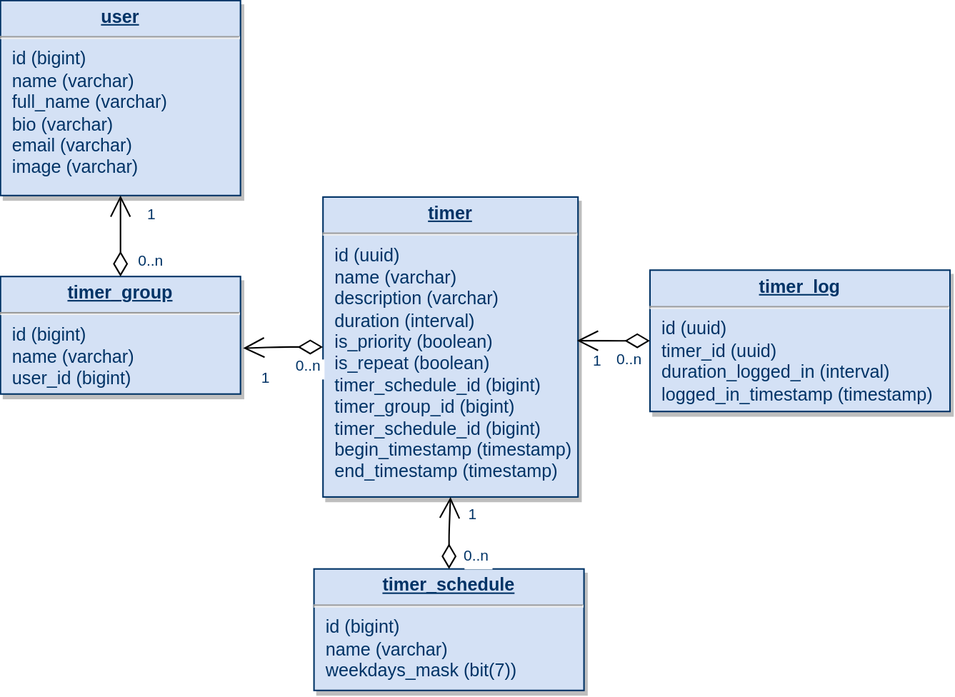
The draw.io diagram Org Files/Release 0.2.0 Database Schema.svg in al-kuznetsov/tick-a-boo-org-files, before a commit. Source tidied: cells renumbered, new cells last; positions are measured from the earlier drawing's top-left corner, leaving out a move shared by most shapes.
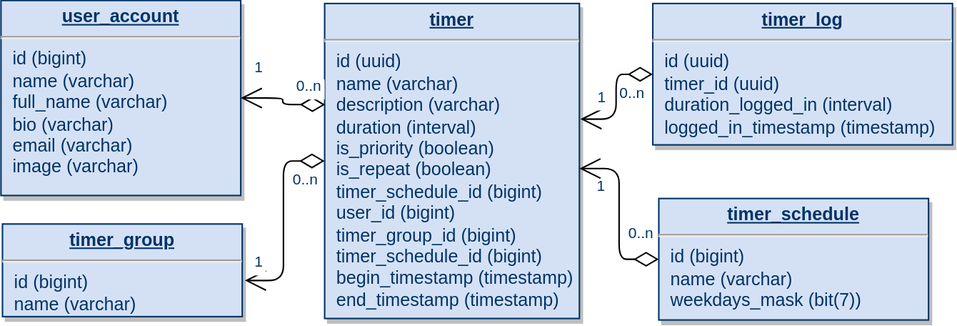
The same file after the commit.

Commit message:
Fix Release 0.2.0 Database Schema

The edit, as a diff of the source:
```diff
@@ -2,27 +2,27 @@
   <root>
     <mxCell id="0" />
     <mxCell id="1" parent="0" />
-    <mxCell id="2" value="&lt;p style=&quot;margin: 0px; margin-top: 4px; text-align: center; text-decoration: underline;&quot;&gt;&lt;strong&gt;timer&lt;/strong&gt;&lt;/p&gt;&lt;hr&gt;&lt;p style=&quot;margin: 0px; margin-left: 8px;&quot;&gt;id (uuid)&lt;/p&gt;&lt;p style=&quot;margin: 0px; margin-left: 8px;&quot;&gt;name (varchar)&lt;/p&gt;&lt;p style=&quot;margin: 0px; margin-left: 8px;&quot;&gt;description (varchar)&lt;/p&gt;&lt;p style=&quot;margin: 0px; margin-left: 8px;&quot;&gt;duration (interval)&lt;/p&gt;&lt;p style=&quot;margin: 0px; margin-left: 8px;&quot;&gt;is_priority (boolean)&lt;/p&gt;&lt;p style=&quot;margin: 0px; margin-left: 8px;&quot;&gt;is_repeat (boolean)&lt;/p&gt;&lt;p style=&quot;margin: 0px; margin-left: 8px;&quot;&gt;timer_schedule_id (bigint)&lt;/p&gt;&lt;p style=&quot;margin: 0px; margin-left: 8px;&quot;&gt;timer_group_id (bigint)&lt;/p&gt;&lt;p style=&quot;margin: 0px; margin-left: 8px;&quot;&gt;timer_schedule_id (bigint)&lt;/p&gt;&lt;p style=&quot;border-color: var(--border-color); margin: 0px 0px 0px 8px;&quot;&gt;begin_timestamp (timestamp)&lt;/p&gt;&lt;p style=&quot;border-color: var(--border-color); margin: 0px 0px 0px 8px;&quot;&gt;end_timestamp (timestamp)&lt;/p&gt;" style="verticalAlign=top;align=left;overflow=fill;fontSize=12;fontFamily=Helvetica;html=1;strokeColor=#003366;shadow=1;fillColor=#D4E1F5;fontColor=#003366;" parent="1" vertex="1">
-      <mxGeometry x="215" y="131" width="170" height="200" as="geometry" />
+    <mxCell id="2" value="&lt;p style=&quot;margin: 0px; margin-top: 4px; text-align: center; text-decoration: underline;&quot;&gt;&lt;strong&gt;timer&lt;/strong&gt;&lt;/p&gt;&lt;hr&gt;&lt;p style=&quot;margin: 0px; margin-left: 8px;&quot;&gt;id (uuid)&lt;/p&gt;&lt;p style=&quot;margin: 0px; margin-left: 8px;&quot;&gt;name (varchar)&lt;/p&gt;&lt;p style=&quot;margin: 0px; margin-left: 8px;&quot;&gt;description (varchar)&lt;/p&gt;&lt;p style=&quot;margin: 0px; margin-left: 8px;&quot;&gt;duration (interval)&lt;/p&gt;&lt;p style=&quot;margin: 0px; margin-left: 8px;&quot;&gt;is_priority (boolean)&lt;/p&gt;&lt;p style=&quot;margin: 0px; margin-left: 8px;&quot;&gt;is_repeat (boolean)&lt;/p&gt;&lt;p style=&quot;margin: 0px; margin-left: 8px;&quot;&gt;timer_schedule_id (bigint)&lt;/p&gt;&lt;p style=&quot;margin: 0px; margin-left: 8px;&quot;&gt;user_id (bigint)&lt;/p&gt;&lt;p style=&quot;margin: 0px; margin-left: 8px;&quot;&gt;timer_group_id (bigint)&lt;/p&gt;&lt;p style=&quot;margin: 0px; margin-left: 8px;&quot;&gt;timer_schedule_id (bigint)&lt;/p&gt;&lt;p style=&quot;border-color: var(--border-color); margin: 0px 0px 0px 8px;&quot;&gt;begin_timestamp (timestamp)&lt;/p&gt;&lt;p style=&quot;border-color: var(--border-color); margin: 0px 0px 0px 8px;&quot;&gt;end_timestamp (timestamp)&lt;/p&gt;" style="verticalAlign=top;align=left;overflow=fill;fontSize=12;fontFamily=Helvetica;html=1;strokeColor=#003366;shadow=1;fillColor=#D4E1F5;fontColor=#003366;" parent="1" vertex="1">
+      <mxGeometry x="215" y="121" width="170" height="210" as="geometry" />
     </mxCell>
-    <mxCell id="3" value="&lt;p style=&quot;margin: 0px; margin-top: 4px; text-align: center; text-decoration: underline;&quot;&gt;&lt;strong&gt;user&lt;/strong&gt;&lt;/p&gt;&lt;hr&gt;&lt;p style=&quot;margin: 0px; margin-left: 8px;&quot;&gt;id (bigint)&lt;/p&gt;&lt;p style=&quot;margin: 0px; margin-left: 8px;&quot;&gt;name (varchar)&lt;/p&gt;&lt;p style=&quot;margin: 0px; margin-left: 8px;&quot;&gt;full_name (varchar)&lt;/p&gt;&lt;p style=&quot;margin: 0px; margin-left: 8px;&quot;&gt;bio (varchar)&lt;/p&gt;&lt;p style=&quot;margin: 0px; margin-left: 8px;&quot;&gt;email (varchar)&lt;/p&gt;&lt;p style=&quot;margin: 0px; margin-left: 8px;&quot;&gt;image (varchar)&lt;/p&gt;" style="verticalAlign=top;align=left;overflow=fill;fontSize=12;fontFamily=Helvetica;html=1;strokeColor=#003366;shadow=1;fillColor=#D4E1F5;fontColor=#003366;" parent="1" vertex="1">
-      <mxGeometry width="160" height="130" as="geometry" />
+    <mxCell id="3" value="&lt;p style=&quot;margin: 0px; margin-top: 4px; text-align: center; text-decoration: underline;&quot;&gt;&lt;strong&gt;user_account&lt;/strong&gt;&lt;/p&gt;&lt;hr&gt;&lt;p style=&quot;margin: 0px; margin-left: 8px;&quot;&gt;id (bigint)&lt;/p&gt;&lt;p style=&quot;margin: 0px; margin-left: 8px;&quot;&gt;name (varchar)&lt;/p&gt;&lt;p style=&quot;margin: 0px; margin-left: 8px;&quot;&gt;full_name (varchar)&lt;/p&gt;&lt;p style=&quot;margin: 0px; margin-left: 8px;&quot;&gt;bio (varchar)&lt;/p&gt;&lt;p style=&quot;margin: 0px; margin-left: 8px;&quot;&gt;email (varchar)&lt;/p&gt;&lt;p style=&quot;margin: 0px; margin-left: 8px;&quot;&gt;image (varchar)&lt;/p&gt;" style="verticalAlign=top;align=left;overflow=fill;fontSize=12;fontFamily=Helvetica;html=1;strokeColor=#003366;shadow=1;fillColor=#D4E1F5;fontColor=#003366;" parent="1" vertex="1">
+      <mxGeometry x="-1" y="119" width="160" height="130" as="geometry" />
     </mxCell>
-    <mxCell id="4" value="&lt;p style=&quot;margin: 0px; margin-top: 4px; text-align: center; text-decoration: underline;&quot;&gt;&lt;b&gt;timer_group&lt;/b&gt;&lt;/p&gt;&lt;hr&gt;&lt;p style=&quot;margin: 0px; margin-left: 8px;&quot;&gt;id (bigint)&lt;/p&gt;&lt;p style=&quot;margin: 0px; margin-left: 8px;&quot;&gt;name (varchar)&lt;/p&gt;&lt;p style=&quot;margin: 0px; margin-left: 8px;&quot;&gt;user_id (bigint)&lt;/p&gt;" style="verticalAlign=top;align=left;overflow=fill;fontSize=12;fontFamily=Helvetica;html=1;strokeColor=#003366;shadow=1;fillColor=#D4E1F5;fontColor=#003366;" parent="1" vertex="1">
-      <mxGeometry y="184" width="160" height="78.4" as="geometry" />
+    <mxCell id="4" value="&lt;p style=&quot;margin: 0px; margin-top: 4px; text-align: center; text-decoration: underline;&quot;&gt;&lt;b&gt;timer_group&lt;/b&gt;&lt;/p&gt;&lt;hr&gt;&lt;p style=&quot;margin: 0px; margin-left: 8px;&quot;&gt;id (bigint)&lt;/p&gt;&lt;p style=&quot;margin: 0px; margin-left: 8px;&quot;&gt;name (varchar)&lt;/p&gt;" style="verticalAlign=top;align=left;overflow=fill;fontSize=12;fontFamily=Helvetica;html=1;strokeColor=#003366;shadow=1;fillColor=#D4E1F5;fontColor=#003366;" parent="1" vertex="1">
+      <mxGeometry y="268" width="160" height="61.8" as="geometry" />
     </mxCell>
     <mxCell id="5" value="&lt;p style=&quot;margin: 0px; margin-top: 4px; text-align: center; text-decoration: underline;&quot;&gt;&lt;strong&gt;timer_schedule&lt;/strong&gt;&lt;/p&gt;&lt;hr&gt;&lt;p style=&quot;margin: 0px; margin-left: 8px;&quot;&gt;id (bigint)&lt;/p&gt;&lt;p style=&quot;margin: 0px; margin-left: 8px;&quot;&gt;name (varchar)&lt;/p&gt;&lt;p style=&quot;margin: 0px; margin-left: 8px;&quot;&gt;weekdays_mask (bit(7))&lt;/p&gt;" style="verticalAlign=top;align=left;overflow=fill;fontSize=12;fontFamily=Helvetica;html=1;strokeColor=#003366;shadow=1;fillColor=#D4E1F5;fontColor=#003366;" parent="1" vertex="1">
-      <mxGeometry x="209" y="379" width="180" height="81" as="geometry" />
+      <mxGeometry x="438" y="251" width="180" height="81" as="geometry" />
     </mxCell>
     <mxCell id="6" value="&lt;p style=&quot;margin: 0px; margin-top: 4px; text-align: center; text-decoration: underline;&quot;&gt;&lt;strong&gt;timer_log&lt;/strong&gt;&lt;/p&gt;&lt;hr&gt;&lt;p style=&quot;margin: 0px; margin-left: 8px;&quot;&gt;id (uuid)&lt;/p&gt;&lt;p style=&quot;margin: 0px; margin-left: 8px;&quot;&gt;timer_id (uuid)&lt;/p&gt;&lt;p style=&quot;margin: 0px; margin-left: 8px;&quot;&gt;duration_logged_in (interval)&lt;/p&gt;&lt;p style=&quot;margin: 0px; margin-left: 8px;&quot;&gt;logged_in_timestamp (timestamp)&lt;/p&gt;" style="verticalAlign=top;align=left;overflow=fill;fontSize=12;fontFamily=Helvetica;html=1;strokeColor=#003366;shadow=1;fillColor=#D4E1F5;fontColor=#003366;" parent="1" vertex="1">
-      <mxGeometry x="433" y="179.8" width="200" height="94.2" as="geometry" />
+      <mxGeometry x="434" y="121" width="200" height="94.2" as="geometry" />
     </mxCell>
-    <mxCell id="7" style="endArrow=open;endSize=12;startArrow=diamondThin;startSize=14;startFill=0;edgeStyle=orthogonalEdgeStyle;" parent="1" edge="1" source="5" target="2">
+    <mxCell id="7" style="endArrow=open;endSize=12;startArrow=diamondThin;startSize=14;startFill=0;edgeStyle=orthogonalEdgeStyle;entryX=1;entryY=0.524;entryDx=0;entryDy=0;entryPerimeter=0;" parent="1" edge="1" source="5" target="2">
       <mxGeometry x="519.4" y="200" as="geometry" />
     </mxCell>
     <mxCell id="8" value="0..n" style="align=left;verticalAlign=top;labelBackgroundColor=#ffffff;fontSize=10;strokeColor=#003366;shadow=1;fillColor=#D4E1F5;fontColor=#003366;" parent="7" vertex="1">
       <mxGeometry x="-1" relative="1" as="geometry">
-        <mxPoint x="8" y="-21" as="offset" />
+        <mxPoint x="-22" y="-30" as="offset" />
       </mxGeometry>
     </mxCell>
     <mxCell id="9" value="1" style="align=right;verticalAlign=top;labelBackgroundColor=#ffffff;fontSize=10;strokeColor=#003366;shadow=1;fillColor=#D4E1F5;fontColor=#003366;" parent="7" vertex="1">
@@ -30,7 +30,7 @@
         <mxPoint x="19" y="-1" as="offset" />
       </mxGeometry>
     </mxCell>
-    <mxCell id="10" style="endArrow=open;endSize=12;startArrow=diamondThin;startSize=14;startFill=0;edgeStyle=orthogonalEdgeStyle;entryX=0.996;entryY=0.479;entryDx=0;entryDy=0;entryPerimeter=0;" parent="1" edge="1" source="6" target="2">
+    <mxCell id="10" style="endArrow=open;endSize=12;startArrow=diamondThin;startSize=14;startFill=0;edgeStyle=orthogonalEdgeStyle;entryX=1.004;entryY=0.367;entryDx=0;entryDy=0;entryPerimeter=0;" parent="1" edge="1" source="6" target="2">
       <mxGeometry x="369.4" y="341" as="geometry" />
     </mxCell>
     <mxCell id="11" value="0..n" style="align=left;verticalAlign=top;labelBackgroundColor=#ffffff;fontSize=10;strokeColor=#003366;shadow=1;fillColor=#D4E1F5;fontColor=#003366;" parent="10" vertex="1">
@@ -40,7 +40,7 @@
     </mxCell>
     <mxCell id="12" value="1" style="align=right;verticalAlign=top;labelBackgroundColor=#ffffff;fontSize=10;strokeColor=#003366;shadow=1;fillColor=#D4E1F5;fontColor=#003366;" parent="10" vertex="1">
       <mxGeometry x="1" relative="1" as="geometry">
-        <mxPoint x="18" y="1" as="offset" />
+        <mxPoint x="18" y="-27" as="offset" />
       </mxGeometry>
     </mxCell>
     <mxCell id="13" style="endArrow=open;endSize=12;startArrow=diamondThin;startSize=14;startFill=0;edgeStyle=orthogonalEdgeStyle;exitX=0;exitY=0.5;exitDx=0;exitDy=0;entryX=1.011;entryY=0.61;entryDx=0;entryDy=0;entryPerimeter=0;" parent="1" edge="1" source="2" target="4">
@@ -48,22 +48,22 @@
     </mxCell>
     <mxCell id="14" value="0..n" style="align=left;verticalAlign=top;labelBackgroundColor=#ffffff;fontSize=10;strokeColor=#003366;shadow=1;fillColor=#D4E1F5;fontColor=#003366;" parent="13" vertex="1">
       <mxGeometry x="-1" relative="1" as="geometry">
-        <mxPoint x="-20" as="offset" />
+        <mxPoint x="-23" as="offset" />
       </mxGeometry>
     </mxCell>
-    <mxCell id="15" style="endArrow=open;endSize=12;startArrow=diamondThin;startSize=14;startFill=0;edgeStyle=orthogonalEdgeStyle;exitX=0.5;exitY=0;exitDx=0;exitDy=0;entryX=0.5;entryY=1;entryDx=0;entryDy=0;" parent="1" edge="1" source="4" target="3">
-      <mxGeometry x="-172" y="345" as="geometry" />
+    <mxCell id="15" style="endArrow=open;endSize=12;startArrow=diamondThin;startSize=14;startFill=0;edgeStyle=orthogonalEdgeStyle;entryX=1;entryY=0.5;entryDx=0;entryDy=0;exitX=0.002;exitY=0.321;exitDx=0;exitDy=0;exitPerimeter=0;" parent="1" edge="1" source="2" target="3">
+      <mxGeometry x="-206" y="345" as="geometry" />
     </mxCell>
     <mxCell id="16" value="0..n" style="align=left;verticalAlign=top;labelBackgroundColor=#ffffff;fontSize=10;strokeColor=#003366;shadow=1;fillColor=#D4E1F5;fontColor=#003366;" parent="15" vertex="1">
       <mxGeometry x="-1" relative="1" as="geometry">
-        <mxPoint x="10" y="-23" as="offset" />
+        <mxPoint x="-21" y="-25" as="offset" />
       </mxGeometry>
     </mxCell>
     <mxCell id="17" value="1" style="align=right;verticalAlign=top;labelBackgroundColor=#ffffff;fontSize=10;strokeColor=#003366;shadow=1;fillColor=#D4E1F5;fontColor=#003366;" parent="1" vertex="1">
-      <mxGeometry x="181" y="239.3" as="geometry" />
+      <mxGeometry x="175" y="281" as="geometry" />
     </mxCell>
     <mxCell id="18" value="1" style="align=right;verticalAlign=top;labelBackgroundColor=#ffffff;fontSize=10;strokeColor=#003366;shadow=1;fillColor=#D4E1F5;fontColor=#003366;" parent="1" vertex="1">
-      <mxGeometry x="105" y="130" as="geometry" />
+      <mxGeometry x="175" y="151" as="geometry" />
     </mxCell>
   </root>
 </mxGraphModel>
```
